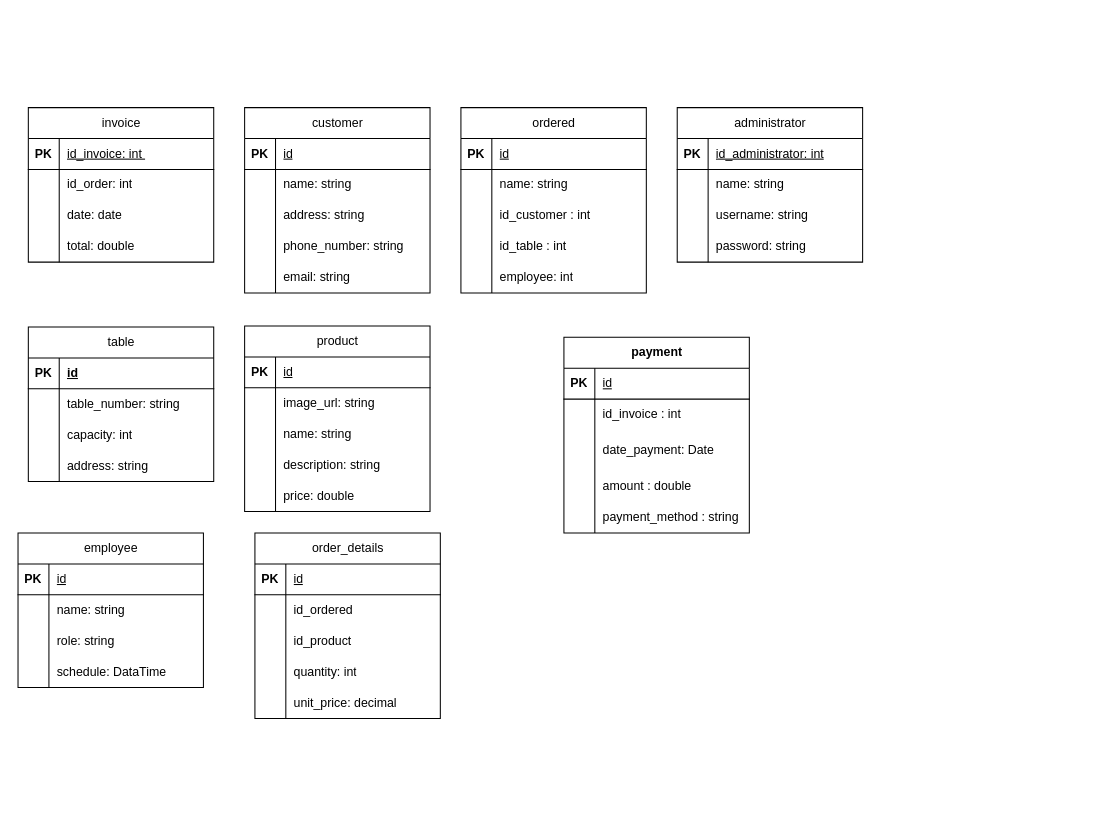
Above: page "ER" (2 of 3) of Documents/Diagrama sin título.drawio in KevinAlvarezD/RestAdmin (draw.io), before the change. Source tidied: cells renumbered, new cells numbered last; positions are measured from the earlier drawing's top-left corner, leaving out a move shared by most shapes. Both pictures are drawn from the tidied source at 103%, with x=0, y=0 at pixel (18, 107).
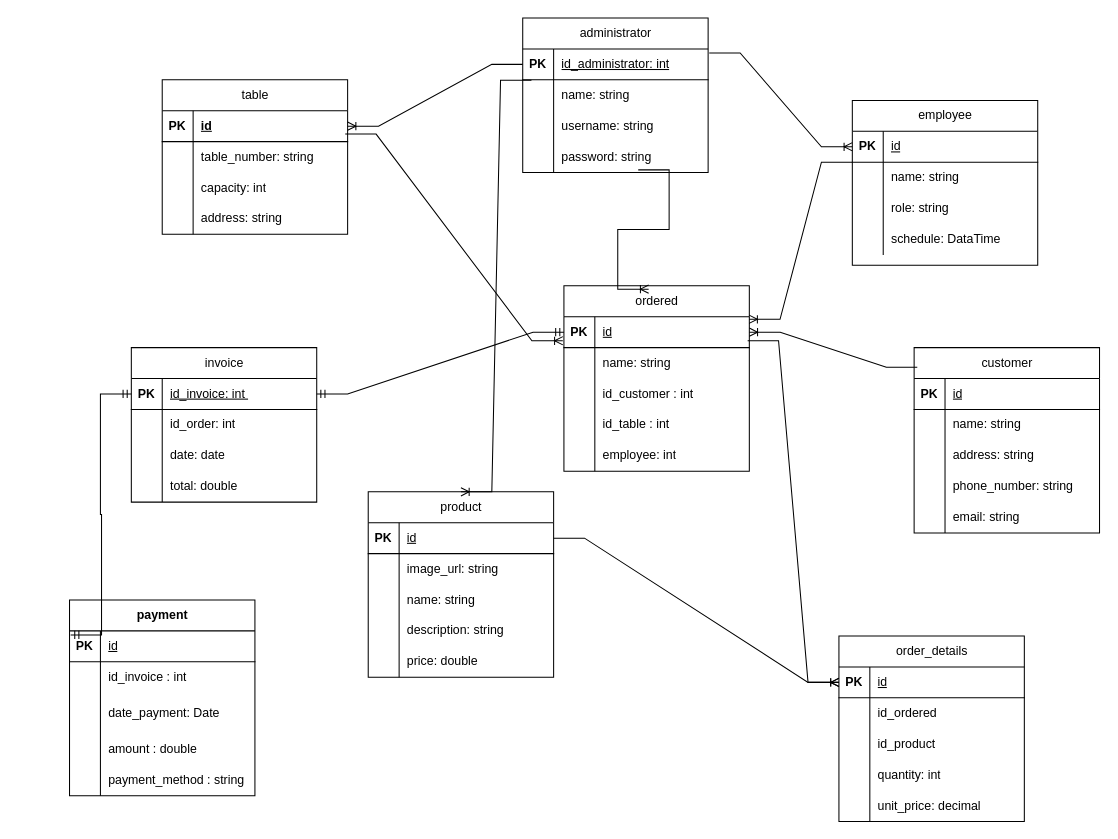
Above is the later version.

Commit message:
entity relationships are created

The change refers to these unchanged cells:
```xml
<mxCell id="3" style="shape=tableRow;horizontal=0;startSize=0;swimlaneHead=0;swimlaneBody=0;fillColor=none;points=[[0,0.5],[1,0.5]];portConstraint=eastwest;top=0;left=0;right=0;bottom=1;" parent="2" vertex="1">
  <mxGeometry y="30" width="180" height="30" as="geometry" />
</mxCell>
<mxCell id="32" style="shape=tableRow;horizontal=0;startSize=0;swimlaneHead=0;swimlaneBody=0;fillColor=none;points=[[0,0.5],[1,0.5]];portConstraint=eastwest;top=0;left=0;right=0;bottom=1;" parent="31" vertex="1">
  <mxGeometry y="30" width="180" height="30" as="geometry" />
</mxCell>
<mxCell id="48" style="shape=tableRow;horizontal=0;startSize=0;swimlaneHead=0;swimlaneBody=0;fillColor=none;points=[[0,0.5],[1,0.5]];portConstraint=eastwest;top=0;left=0;right=0;bottom=1;" parent="47" vertex="1">
  <mxGeometry y="30" width="180" height="30" as="geometry" />
</mxCell>
<mxCell id="61" style="shape=tableRow;horizontal=0;startSize=0;swimlaneHead=0;swimlaneBody=0;fillColor=none;points=[[0,0.5],[1,0.5]];portConstraint=eastwest;top=0;left=0;right=0;bottom=1;" parent="60" vertex="1">
  <mxGeometry y="30" width="180" height="30" as="geometry" />
</mxCell>
<mxCell id="77" style="shape=tableRow;horizontal=0;startSize=0;swimlaneHead=0;swimlaneBody=0;fillColor=none;points=[[0,0.5],[1,0.5]];portConstraint=eastwest;top=0;left=0;right=0;bottom=1;" parent="76" vertex="1">
  <mxGeometry y="30" width="180" height="30" as="geometry" />
</mxCell>
<mxCell id="93" style="shape=tableRow;horizontal=0;startSize=0;swimlaneHead=0;swimlaneBody=0;fillColor=none;points=[[0,0.5],[1,0.5]];portConstraint=eastwest;top=0;left=0;right=0;bottom=1;" parent="92" vertex="1">
  <mxGeometry y="30" width="180" height="30" as="geometry" />
</mxCell>
<mxCell id="109" style="shape=tableRow;horizontal=0;startSize=0;swimlaneHead=0;swimlaneBody=0;fillColor=none;points=[[0,0.5],[1,0.5]];portConstraint=eastwest;top=0;left=0;right=0;bottom=1;" parent="108" vertex="1">
  <mxGeometry y="30" width="180" height="30" as="geometry" />
</mxCell>
<mxCell id="118" style="shape=tableRow;horizontal=0;startSize=0;swimlaneHead=0;swimlaneBody=0;fillColor=none;points=[[0,0.5],[1,0.5]];portConstraint=eastwest;top=0;left=0;right=0;bottom=0;" parent="108" vertex="1">
  <mxGeometry y="120" width="180" height="30" as="geometry" />
</mxCell>
<mxCell id="122" style="shape=tableRow;horizontal=0;startSize=0;swimlaneHead=0;swimlaneBody=0;fillColor=none;points=[[0,0.5],[1,0.5]];portConstraint=eastwest;top=0;left=0;right=0;bottom=1;" parent="121" vertex="1">
  <mxGeometry y="30" width="180" height="30" as="geometry" />
</mxCell>
```

Change to the diagram source:
```diff
@@
     <mxCell id="2" value="&lt;span style=&quot;font-weight: 400;&quot;&gt;invoice&lt;/span&gt;" style="shape=table;startSize=30;childLayout=tableLayout;rowLines=0;fontStyle=1;align=center;html=1;" parent="1" vertex="1">
-      <mxGeometry x="10" width="180" height="150" as="geometry" />
+      <mxGeometry x="110" y="233" width="180" height="150" as="geometry" />
     </mxCell>
@@
     <mxCell id="15" value="&lt;span style=&quot;font-weight: 400;&quot;&gt;customer&lt;/span&gt;" style="shape=table;startSize=30;childLayout=tableLayout;rowLines=0;fontStyle=1;align=center;html=1;" parent="1" vertex="1">
-      <mxGeometry x="220" width="180" height="180" as="geometry" />
+      <mxGeometry x="870" y="233" width="180" height="180" as="geometry" />
     </mxCell>
@@
     <mxCell id="31" value="&lt;span style=&quot;font-weight: 400;&quot;&gt;ordered&lt;/span&gt;" style="shape=table;startSize=30;childLayout=tableLayout;rowLines=0;fontStyle=1;align=center;html=1;" parent="1" vertex="1">
-      <mxGeometry x="430" width="180" height="180" as="geometry" />
+      <mxGeometry x="530" y="173" width="180" height="180" as="geometry" />
     </mxCell>
@@
     <mxCell id="47" value="&lt;span style=&quot;font-weight: 400;&quot;&gt;table&lt;/span&gt;" style="shape=table;startSize=30;childLayout=tableLayout;rowLines=0;fontStyle=1;align=center;html=1;" parent="1" vertex="1">
-      <mxGeometry x="10" y="213" width="180" height="150" as="geometry" />
+      <mxGeometry x="140" y="-27" width="180" height="150" as="geometry" />
     </mxCell>
@@
     <mxCell id="60" value="&lt;span style=&quot;font-weight: 400;&quot;&gt;product&lt;/span&gt;" style="shape=table;startSize=30;childLayout=tableLayout;rowLines=0;fontStyle=1;align=center;html=1;" parent="1" vertex="1">
-      <mxGeometry x="220" y="212" width="180" height="180" as="geometry" />
+      <mxGeometry x="340" y="373" width="180" height="180" as="geometry" />
     </mxCell>
@@
     <mxCell id="76" value="payment" style="shape=table;startSize=30;childLayout=tableLayout;rowLines=0;fontStyle=1;align=center;html=1;" parent="1" vertex="1">
-      <mxGeometry x="530" y="223" width="180" height="190" as="geometry" />
+      <mxGeometry x="50" y="478" width="180" height="190" as="geometry" />
     </mxCell>
@@
     <mxCell id="92" value="&lt;span style=&quot;font-weight: 400;&quot;&gt;order_details&lt;/span&gt;" style="shape=table;startSize=30;childLayout=tableLayout;rowLines=0;fontStyle=1;align=center;html=1;" parent="1" vertex="1">
-      <mxGeometry x="230" y="413" width="180" height="180" as="geometry" />
+      <mxGeometry x="797" y="513" width="180" height="180" as="geometry" />
     </mxCell>
@@
     <mxCell id="108" value="&lt;span style=&quot;font-weight: 400;&quot;&gt;administrator&lt;/span&gt;" style="shape=table;startSize=30;childLayout=tableLayout;rowLines=0;fontStyle=1;align=center;html=1;" parent="1" vertex="1">
-      <mxGeometry x="640" width="180" height="150" as="geometry" />
+      <mxGeometry x="490" y="-87" width="180" height="150" as="geometry" />
     </mxCell>
@@
     <mxCell id="121" value="&lt;span style=&quot;font-weight: 400;&quot;&gt;employee&lt;/span&gt;" style="shape=table;startSize=30;childLayout=tableLayout;rowLines=0;fontStyle=1;align=center;html=1;" parent="1" vertex="1">
-      <mxGeometry y="413" width="180" height="150" as="geometry" />
+      <mxGeometry x="810" y="-7" width="180" height="160" as="geometry" />
     </mxCell>
@@
+    <mxCell id="134" style="edgeStyle=entityRelationEdgeStyle;fontSize=12;html=1;endArrow=ERmandOne;startArrow=ERmandOne;rounded=0;exitX=1;exitY=0.5;exitDx=0;exitDy=0;" parent="1" edge="1" source="3" target="32">
+      <mxGeometry relative="1" as="geometry">
+        <Array as="points">
+          <mxPoint x="410" y="108" />
+          <mxPoint x="410" y="108" />
+          <mxPoint x="430" y="3" />
+        </Array>
+      </mxGeometry>
+    </mxCell>
+    <mxCell id="135" style="edgeStyle=entityRelationEdgeStyle;fontSize=12;html=1;endArrow=ERoneToMany;rounded=0;exitX=0.017;exitY=0.106;exitDx=0;exitDy=0;exitPerimeter=0;" parent="1" edge="1" source="15" target="32">
+      <mxGeometry relative="1" as="geometry">
+        <Array as="points">
+          <mxPoint x="540" y="223" />
+        </Array>
+      </mxGeometry>
+    </mxCell>
+    <mxCell id="136" style="edgeStyle=entityRelationEdgeStyle;fontSize=12;html=1;endArrow=ERoneToMany;rounded=0;entryX=-0.006;entryY=0.778;entryDx=0;entryDy=0;exitX=0.987;exitY=0.756;exitDx=0;exitDy=0;exitPerimeter=0;entryPerimeter=0;" parent="1" edge="1" source="48" target="32">
+      <mxGeometry relative="1" as="geometry">
+        <Array as="points">
+          <mxPoint x="220" y="208" />
+          <mxPoint x="250" y="218" />
+          <mxPoint x="220" y="198" />
+        </Array>
+      </mxGeometry>
+    </mxCell>
+    <mxCell id="137" style="edgeStyle=entityRelationEdgeStyle;fontSize=12;html=1;endArrow=ERoneToMany;rounded=0;exitX=0;exitY=1;exitDx=0;exitDy=0;exitPerimeter=0;entryX=0.999;entryY=0.082;entryDx=0;entryDy=0;entryPerimeter=0;" parent="1" edge="1" source="122" target="32">
+      <mxGeometry relative="1" as="geometry">
+        <Array as="points">
+          <mxPoint x="877" y="-64" />
+          <mxPoint x="847" y="-49" />
+          <mxPoint x="610" y="45" />
+        </Array>
+      </mxGeometry>
+    </mxCell>
+    <mxCell id="138" style="edgeStyle=entityRelationEdgeStyle;fontSize=12;html=1;endArrow=ERoneToMany;rounded=0;exitX=0.991;exitY=0.778;exitDx=0;exitDy=0;exitPerimeter=0;" parent="1" edge="1" source="32" target="93">
+      <mxGeometry relative="1" as="geometry">
+        <Array as="points">
+          <mxPoint x="490" y="203" />
+        </Array>
+      </mxGeometry>
+    </mxCell>
+    <mxCell id="139" style="edgeStyle=entityRelationEdgeStyle;fontSize=12;html=1;endArrow=ERoneToMany;rounded=0;exitX=1;exitY=0.5;exitDx=0;exitDy=0;entryX=0;entryY=0.5;entryDx=0;entryDy=0;" parent="1" edge="1" source="61" target="93">
+      <mxGeometry relative="1" as="geometry">
+        <Array as="points">
+          <mxPoint x="620" y="513" />
+          <mxPoint x="600" y="593" />
+        </Array>
+      </mxGeometry>
+    </mxCell>
+    <mxCell id="140" style="edgeStyle=entityRelationEdgeStyle;fontSize=12;html=1;endArrow=ERmandOne;startArrow=ERmandOne;rounded=0;entryX=0.006;entryY=0.133;entryDx=0;entryDy=0;entryPerimeter=0;" parent="1" edge="1" source="3" target="77">
+      <mxGeometry relative="1" as="geometry" />
+    </mxCell>
+    <mxCell id="141" style="edgeStyle=entityRelationEdgeStyle;fontSize=12;html=1;endArrow=ERoneToMany;rounded=0;exitX=0.623;exitY=0.914;exitDx=0;exitDy=0;entryX=0.457;entryY=0.018;entryDx=0;entryDy=0;entryPerimeter=0;exitPerimeter=0;" parent="1" edge="1" source="118" target="31">
+      <mxGeometry relative="1" as="geometry">
+        <Array as="points">
+          <mxPoint x="380" y="-357" />
+          <mxPoint x="400" y="-267" />
+          <mxPoint x="410" y="-297" />
+        </Array>
+      </mxGeometry>
+    </mxCell>
+    <mxCell id="142" style="edgeStyle=entityRelationEdgeStyle;fontSize=12;html=1;endArrow=ERoneToMany;rounded=0;entryX=0;entryY=0.5;entryDx=0;entryDy=0;exitX=1.006;exitY=0.133;exitDx=0;exitDy=0;exitPerimeter=0;" parent="1" edge="1" source="109" target="122">
+      <mxGeometry relative="1" as="geometry" />
+    </mxCell>
+    <mxCell id="143" style="edgeStyle=entityRelationEdgeStyle;fontSize=12;html=1;endArrow=ERoneToMany;rounded=0;exitX=0;exitY=0.5;exitDx=0;exitDy=0;entryX=1;entryY=0.5;entryDx=0;entryDy=0;" parent="1" edge="1" source="109" target="48">
+      <mxGeometry relative="1" as="geometry" />
+    </mxCell>
+    <mxCell id="144" style="edgeStyle=entityRelationEdgeStyle;fontSize=12;html=1;endArrow=ERoneToMany;rounded=0;exitX=0.047;exitY=1.017;exitDx=0;exitDy=0;exitPerimeter=0;entryX=0.5;entryY=0;entryDx=0;entryDy=0;" parent="1" edge="1" source="109" target="60">
+      <mxGeometry relative="1" as="geometry" />
+    </mxCell>
```
